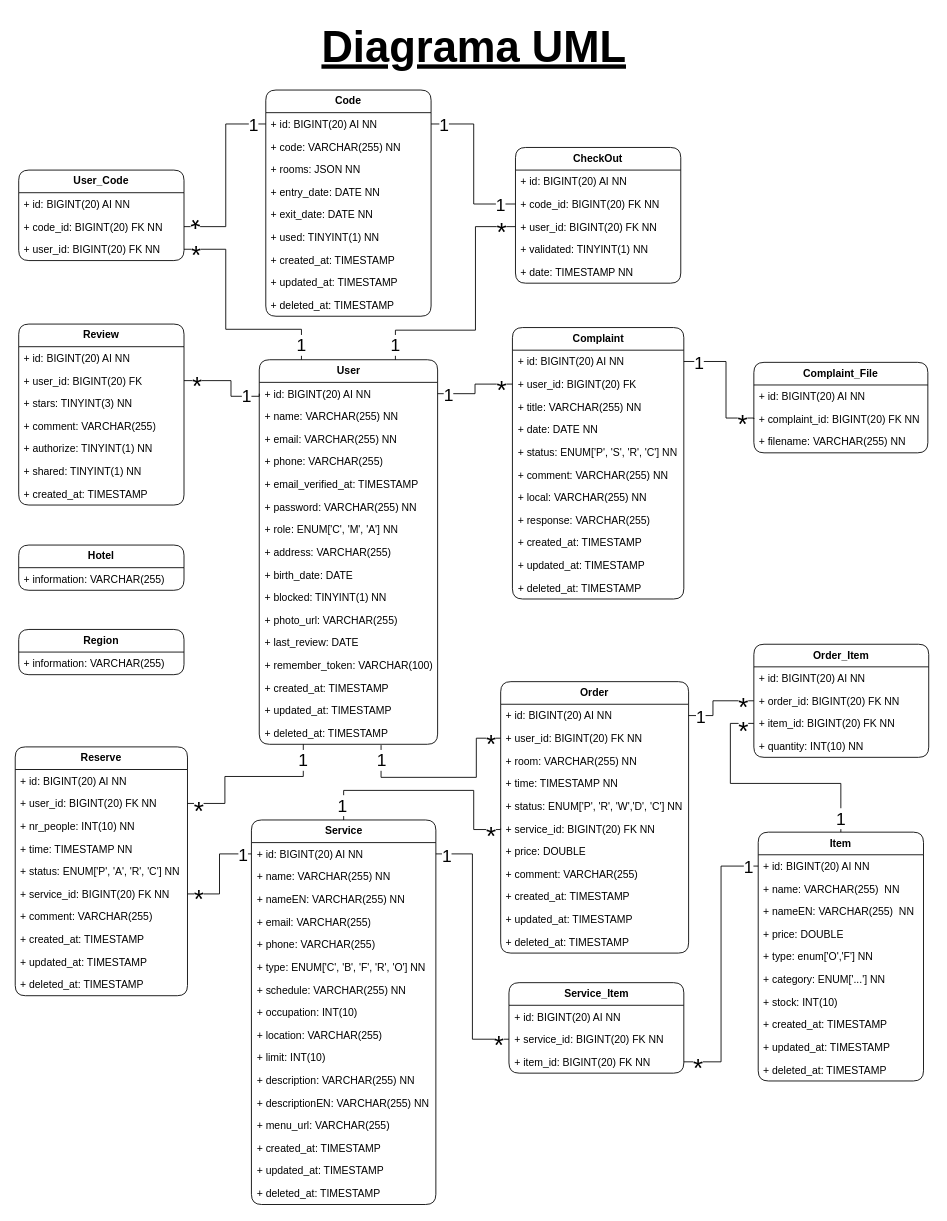
Earlier version of the draw.io diagram page "Diagrama UML" (1 of 2) of HappyGuest.drawio (Happy-Guest/HG-Notes). Source tidied: cells renumbered, new cells numbered last; positions are measured from the earlier drawing's top-left corner, leaving out a move shared by most shapes. Both pictures are drawn from the tidied source at 87%, with x=0, y=0 at pixel (15, 15).
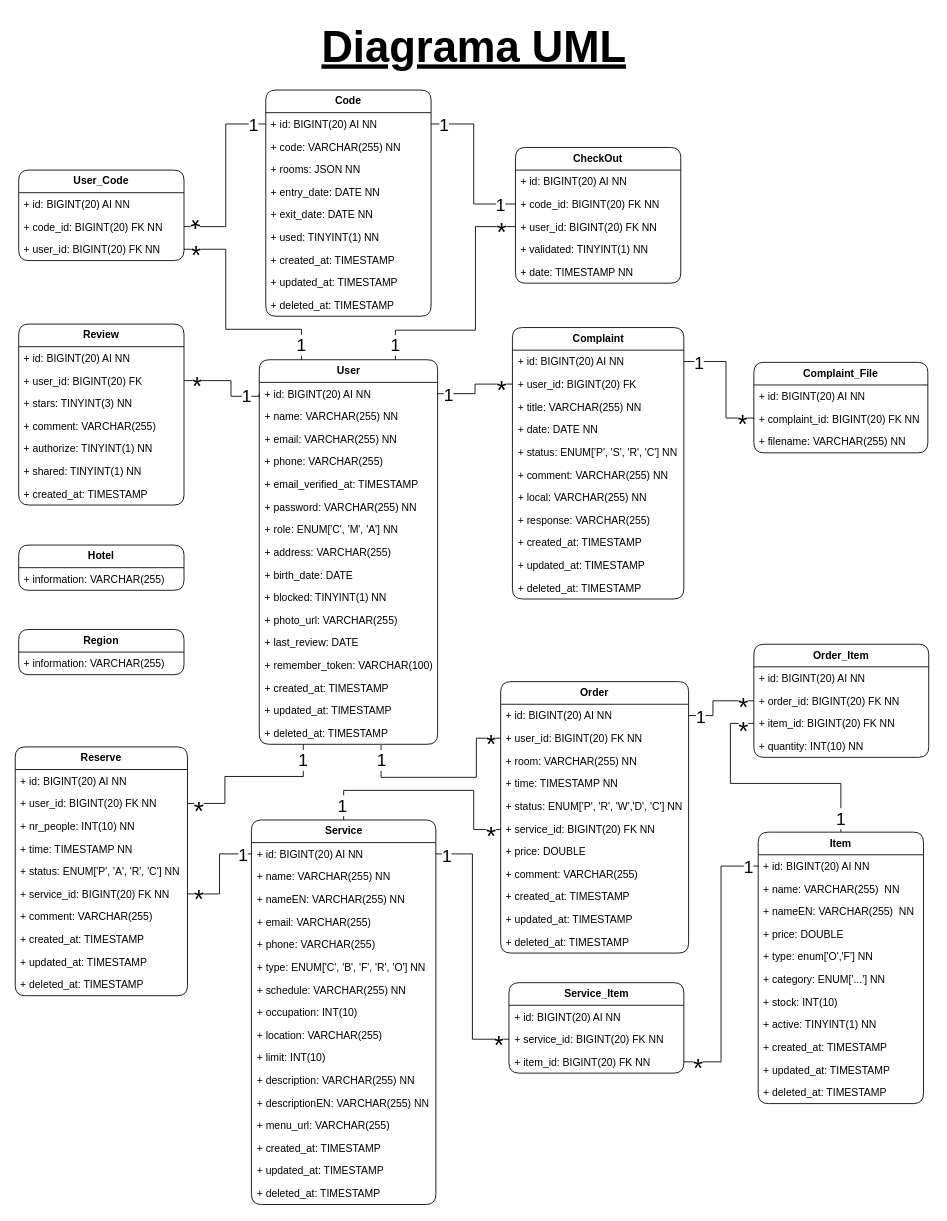
Above is the later version.

What changed in the source:
```diff
@@
     <mxCell id="73" value="&lt;b&gt;Item&lt;/b&gt;" style="swimlane;fontStyle=0;horizontal=1;startSize=26;fillColor=none;whiteSpace=wrap;html=1;perimeterSpacing=0;rounded=1;" parent="1" vertex="1">
-      <mxGeometry x="854" y="939" width="190" height="286" as="geometry" />
+      <mxGeometry x="854" y="939" width="190" height="312" as="geometry" />
     </mxCell>
@@
+    <mxCell id="173" value="+ active: TINYINT(1) NN" style="text;strokeColor=none;fillColor=none;align=left;verticalAlign=top;spacingLeft=4;spacingRight=4;overflow=hidden;whiteSpace=wrap;html=1;" parent="73" vertex="1">
+      <mxGeometry y="208" width="190" height="26" as="geometry" />
+    </mxCell>
     <mxCell id="81" value="+ created_at: TIMESTAMP" style="text;strokeColor=none;fillColor=none;align=left;verticalAlign=top;spacingLeft=4;spacingRight=4;overflow=hidden;whiteSpace=wrap;html=1;" parent="73" vertex="1">
-      <mxGeometry y="208" width="190" height="26" as="geometry" />
+      <mxGeometry y="234" width="190" height="26" as="geometry" />
     </mxCell>
     <mxCell id="82" value="+ updated_at: TIMESTAMP" style="text;strokeColor=none;fillColor=none;align=left;verticalAlign=top;spacingLeft=4;spacingRight=4;overflow=hidden;whiteSpace=wrap;html=1;" parent="73" vertex="1">
-      <mxGeometry y="234" width="190" height="26" as="geometry" />
+      <mxGeometry y="260" width="190" height="26" as="geometry" />
     </mxCell>
     <mxCell id="83" value="+ deleted_at: TIMESTAMP" style="text;strokeColor=none;fillColor=none;align=left;verticalAlign=top;spacingLeft=4;spacingRight=4;overflow=hidden;whiteSpace=wrap;html=1;" parent="73" vertex="1">
-      <mxGeometry y="260" width="190" height="26" as="geometry" />
+      <mxGeometry y="286" width="190" height="26" as="geometry" />
     </mxCell>
```
